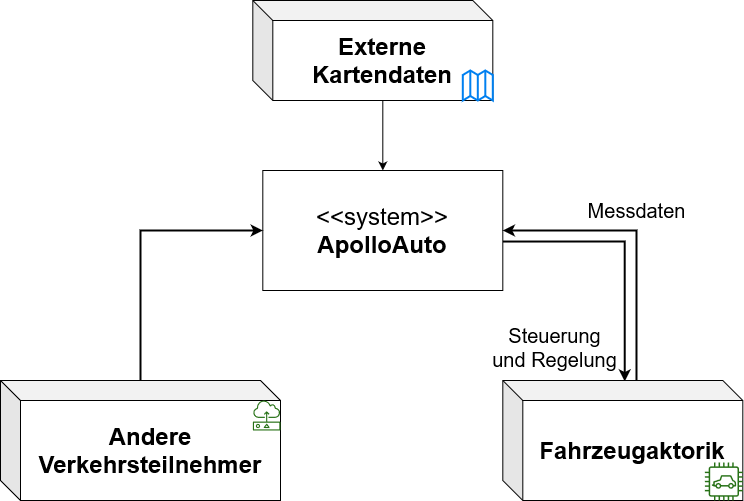
Apollak11/arc42-asciidoc-apolloauto-SSIM keeps this draw.io diagram as images/FachlicherKontext.png. Above is the earlier version. Source tidied: cells renumbered, new cells last; positions are measured from the earlier drawing's top-left corner, leaving out a move shared by most shapes.
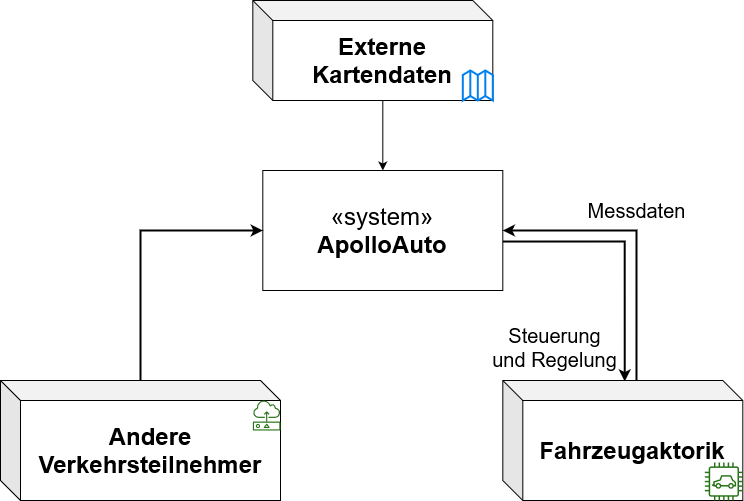
After the commit.

Change to the diagram source:
```diff
@@ -10,7 +10,7 @@
         <mxPoint x="382.3" y="170" as="targetPoint" />
       </mxGeometry>
     </mxCell>
-    <mxCell id="4" value="&lt;div style=&quot;font-size: 24px&quot;&gt;&lt;font style=&quot;font-size: 24px&quot;&gt;&amp;lt;&amp;lt;system&amp;gt;&amp;gt;&lt;/font&gt;&lt;/div&gt;&lt;div style=&quot;font-size: 24px&quot;&gt;&lt;font style=&quot;font-size: 24px&quot;&gt;&lt;b&gt;ApolloAuto&lt;/b&gt;&lt;br&gt;&lt;/font&gt;&lt;/div&gt;" style="rounded=0;whiteSpace=wrap;html=1;" parent="1" vertex="1">
+    <mxCell id="4" value="&lt;div style=&quot;font-size: 24px&quot;&gt;&lt;font style=&quot;font-size: 24px&quot;&gt;&lt;font style=&quot;font-size: 24px&quot;&gt;«&lt;/font&gt;system&lt;/font&gt;&lt;font style=&quot;font-size: 24px&quot;&gt;»&lt;/font&gt;&lt;/div&gt;&lt;div style=&quot;font-size: 24px&quot;&gt;&lt;font style=&quot;font-size: 24px&quot;&gt;&lt;b&gt;ApolloAuto&lt;/b&gt;&lt;br&gt;&lt;/font&gt;&lt;/div&gt;" style="rounded=0;whiteSpace=wrap;html=1;" parent="1" vertex="1">
       <mxGeometry x="262.3" y="170" width="240" height="120" as="geometry" />
     </mxCell>
     <mxCell id="5" value="&lt;font style=&quot;font-size: 20px&quot;&gt;Messdaten&lt;/font&gt;" style="edgeStyle=orthogonalEdgeStyle;rounded=0;jettySize=auto;html=1;entryX=1;entryY=0.5;entryDx=0;entryDy=0;exitX=0.557;exitY=0.008;exitDx=0;exitDy=0;exitPerimeter=0;strokeWidth=2;" parent="1" edge="1" source="6" target="4">
```
